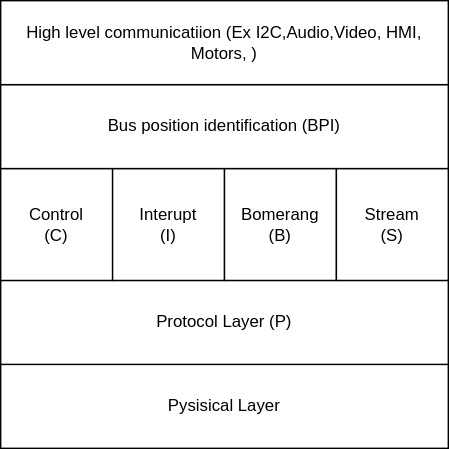
cdg66/BUS_figures keeps this draw.io diagram as Protocol_stack.svg. Above is the earlier version. Source tidied: cells renumbered, new cells last; positions are measured from the earlier drawing's top-left corner, leaving out a move shared by most shapes. The source it was exported from:
```xml
<mxGraphModel>
  <root>
    <mxCell id="0" />
    <mxCell id="1" parent="0" />
    <mxCell id="2" value="Pysisical Layer " style="rounded=0;whiteSpace=wrap;html=1;" parent="1" vertex="1">
      <mxGeometry y="260" width="320" height="60" as="geometry" />
    </mxCell>
    <mxCell id="3" value="Protocol Layer (P)" style="rounded=0;whiteSpace=wrap;html=1;" parent="1" vertex="1">
      <mxGeometry y="200" width="320" height="60" as="geometry" />
    </mxCell>
    <mxCell id="4" value="&lt;div&gt;Control&lt;/div&gt;&lt;div&gt;(C)&lt;br&gt;&lt;/div&gt;" style="whiteSpace=wrap;html=1;" parent="1" vertex="1">
      <mxGeometry y="120" width="80" height="80" as="geometry" />
    </mxCell>
    <mxCell id="5" value="&lt;div&gt;Interupt&lt;/div&gt;&lt;div&gt;(I)&lt;br&gt;&lt;/div&gt;" style="whiteSpace=wrap;html=1;" parent="1" vertex="1">
      <mxGeometry x="80" y="120" width="80" height="80" as="geometry" />
    </mxCell>
    <mxCell id="6" value="&lt;div&gt;Bomerang&lt;/div&gt;&lt;div&gt;(B)&lt;br&gt;&lt;/div&gt;" style="whiteSpace=wrap;html=1;" parent="1" vertex="1">
      <mxGeometry x="160" y="120" width="80" height="80" as="geometry" />
    </mxCell>
    <mxCell id="7" value="&lt;div&gt;Stream&lt;/div&gt;&lt;div&gt;(S)&lt;br&gt;&lt;/div&gt;" style="whiteSpace=wrap;html=1;" parent="1" vertex="1">
      <mxGeometry x="240" y="120" width="80" height="80" as="geometry" />
    </mxCell>
    <mxCell id="8" value="Bus position identification (BPI)" style="rounded=0;whiteSpace=wrap;html=1;" parent="1" vertex="1">
      <mxGeometry y="60" width="320" height="60" as="geometry" />
    </mxCell>
    <mxCell id="9" value="High level communicatiion (Ex I2C,Audio,Video, HMI, Motors, )" style="rounded=0;whiteSpace=wrap;html=1;" parent="1" vertex="1">
      <mxGeometry width="320" height="60" as="geometry" />
    </mxCell>
  </root>
</mxGraphModel>
```
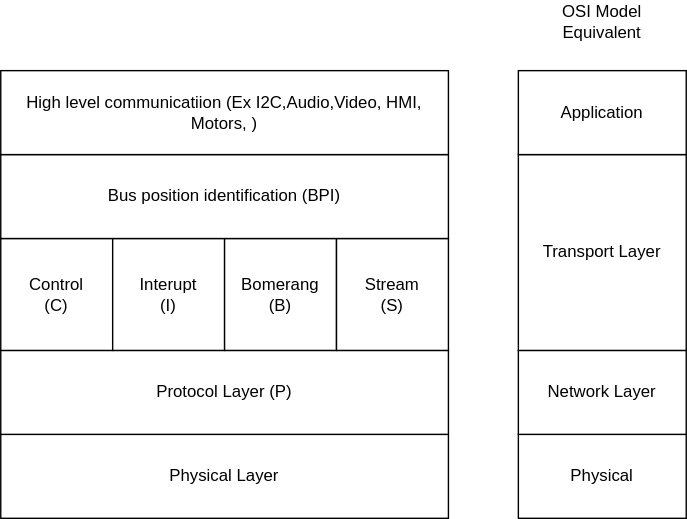
After the change.

Diff of the diagram source:
```diff
@@ -2,7 +2,7 @@
   <root>
     <mxCell id="0" />
     <mxCell id="1" parent="0" />
-    <mxCell id="2" value="Pysisical Layer " style="rounded=0;whiteSpace=wrap;html=1;" parent="1" vertex="1">
+    <mxCell id="2" value="Physical Layer " style="rounded=0;whiteSpace=wrap;html=1;" parent="1" vertex="1">
       <mxGeometry y="260" width="320" height="60" as="geometry" />
     </mxCell>
     <mxCell id="3" value="Protocol Layer (P)" style="rounded=0;whiteSpace=wrap;html=1;" parent="1" vertex="1">
@@ -26,5 +26,20 @@
     <mxCell id="9" value="High level communicatiion (Ex I2C,Audio,Video, HMI, Motors, )" style="rounded=0;whiteSpace=wrap;html=1;" parent="1" vertex="1">
       <mxGeometry width="320" height="60" as="geometry" />
     </mxCell>
+    <mxCell id="10" value="OSI Model Equivalent" style="text;html=1;strokeColor=none;fillColor=none;align=center;verticalAlign=middle;whiteSpace=wrap;rounded=0;" parent="1" vertex="1">
+      <mxGeometry x="400" y="-50" width="60" height="30" as="geometry" />
+    </mxCell>
+    <mxCell id="11" value="Physical" style="rounded=0;whiteSpace=wrap;html=1;" parent="1" vertex="1">
+      <mxGeometry x="370" y="260" width="120" height="60" as="geometry" />
+    </mxCell>
+    <mxCell id="12" value="Network Layer" style="rounded=0;whiteSpace=wrap;html=1;" parent="1" vertex="1">
+      <mxGeometry x="370" y="200" width="120" height="60" as="geometry" />
+    </mxCell>
+    <mxCell id="13" value="Transport Layer" style="rounded=0;whiteSpace=wrap;html=1;" parent="1" vertex="1">
+      <mxGeometry x="370" y="60" width="120" height="140" as="geometry" />
+    </mxCell>
+    <mxCell id="14" value="Application" style="rounded=0;whiteSpace=wrap;html=1;" parent="1" vertex="1">
+      <mxGeometry x="370" width="120" height="60" as="geometry" />
+    </mxCell>
   </root>
 </mxGraphModel>
```
